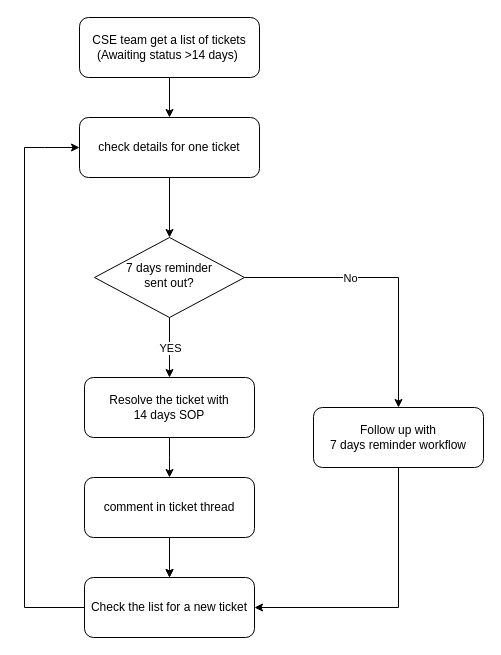
Above: Untitled Diagram.drawio in zhaoyy7/books (draw.io), before the change. Source tidied: cells renumbered, new cells numbered last; positions are measured from the earlier drawing's top-left corner, leaving out a move shared by most shapes. Both pictures are drawn from the tidied source at 100%, with x=0, y=0 at pixel (24, 17).
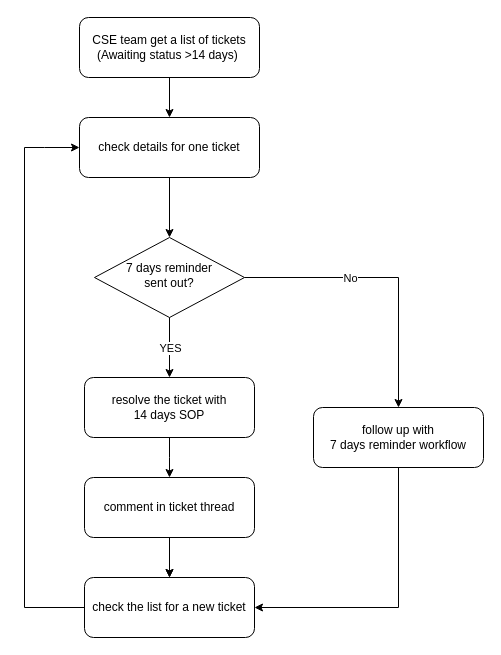
After the change.

Diff of the diagram source:
```diff
@@
-    <mxCell id="9" value="Resolve the ticket with &lt;br&gt;14 days SOP" style="rounded=1;whiteSpace=wrap;html=1;" parent="1" vertex="1">
+    <mxCell id="9" value="resolve the ticket with &lt;br&gt;14 days SOP" style="rounded=1;whiteSpace=wrap;html=1;" parent="1" vertex="1">
       <mxGeometry x="60" y="360" width="170" height="60" as="geometry" />
     </mxCell>
-    <mxCell id="10" value="Check the list for a new ticket" style="rounded=1;whiteSpace=wrap;html=1;" parent="1" vertex="1">
+    <mxCell id="10" value="check the list for a new ticket" style="rounded=1;whiteSpace=wrap;html=1;" parent="1" vertex="1">
       <mxGeometry x="60" y="560" width="170" height="60" as="geometry" />
     </mxCell>
@@
-    <mxCell id="15" value="Follow up with &lt;br&gt;7 days reminder workflow" style="rounded=1;whiteSpace=wrap;html=1;" parent="1" vertex="1">
+    <mxCell id="15" value="follow up with &lt;br&gt;7 days reminder workflow" style="rounded=1;whiteSpace=wrap;html=1;" parent="1" vertex="1">
       <mxGeometry x="289" y="390" width="170" height="60" as="geometry" />
     </mxCell>
```
